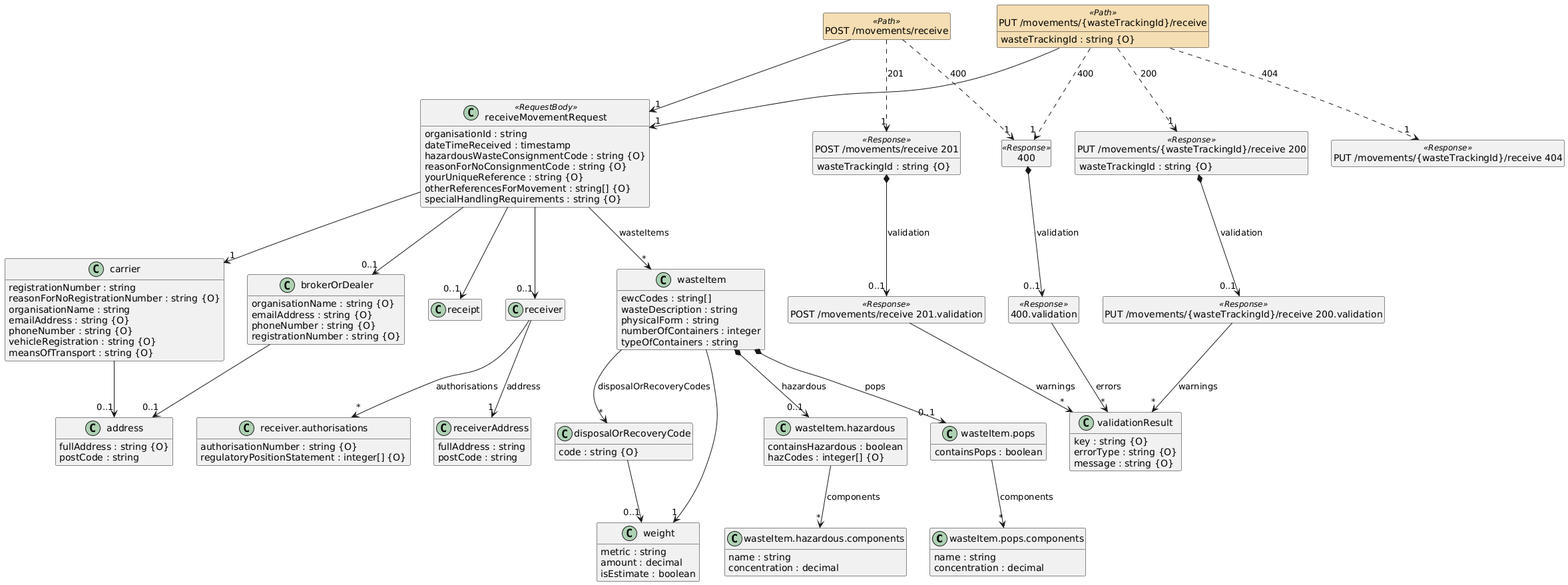
abeyonalaja/waste-tracking-service keeps this PlantUML diagram as docs/defra-spec.png. Above is the earlier version.
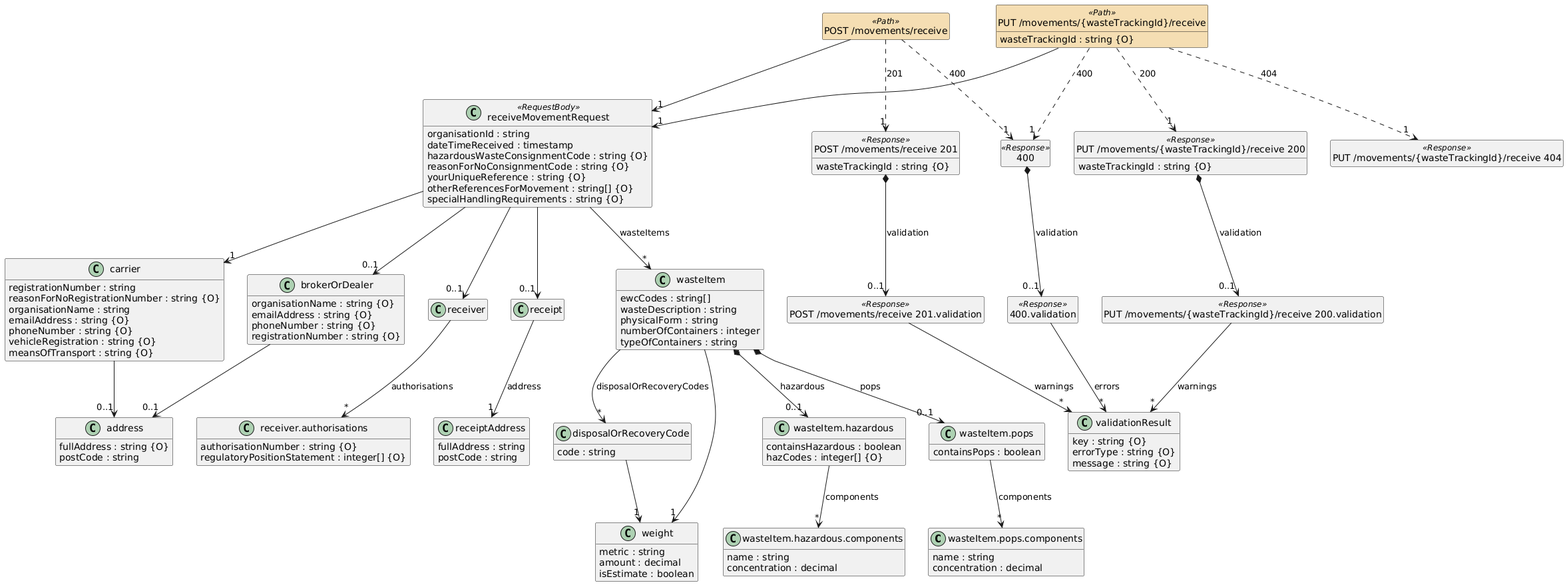
Above is the later version.

Commit message:
Update DEFRA spec image in documentation

The edit, as a diff of the source:
```diff
@@ -65,7 +65,7 @@
 }
 
 class "disposalOrRecoveryCode" {
-  {field} code : string {O}
+  {field} code : string
 }
 
 class "weight" {
@@ -85,7 +85,7 @@
   {field} postCode : string
 }
 
-class "receiverAddress" {
+class "receiptAddress" {
   {field} fullAddress : string
   {field} postCode : string
 }
@@ -146,11 +146,11 @@
 
 "brokerOrDealer" --> "0..1" "address"
 
-"receiver" --> "1" "receiverAddress"  :  "address"
-
 "receiver" --> "*" "receiver.authorisations"  :  "authorisations"
 
-"disposalOrRecoveryCode" --> "0..1" "weight"
+"receipt" --> "1" "receiptAddress"  :  "address"
+
+"disposalOrRecoveryCode" --> "1" "weight"
 
 "receiveMovementRequest" --> "*" "wasteItem"  :  "wasteItems"
 
```
